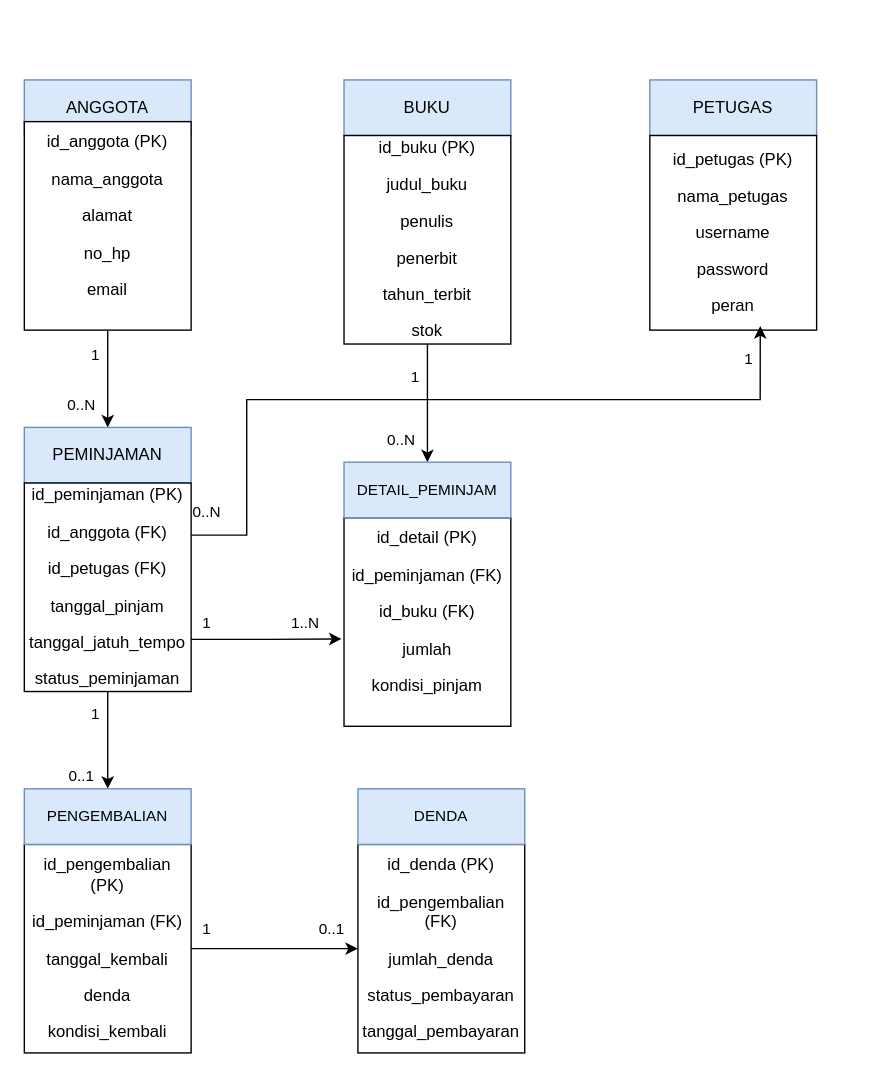
This is laporan/p03_erd_25430123.drawio from tereliee158-sudo/basisdata-25430123, a draw.io file, before an edit. Source tidied: cells renumbered, new cells numbered last; positions are measured from the earlier drawing's top-left corner, leaving out a move shared by most shapes. Both pictures are drawn from the tidied source at 139%, with x=0, y=0 at pixel (24, 79).
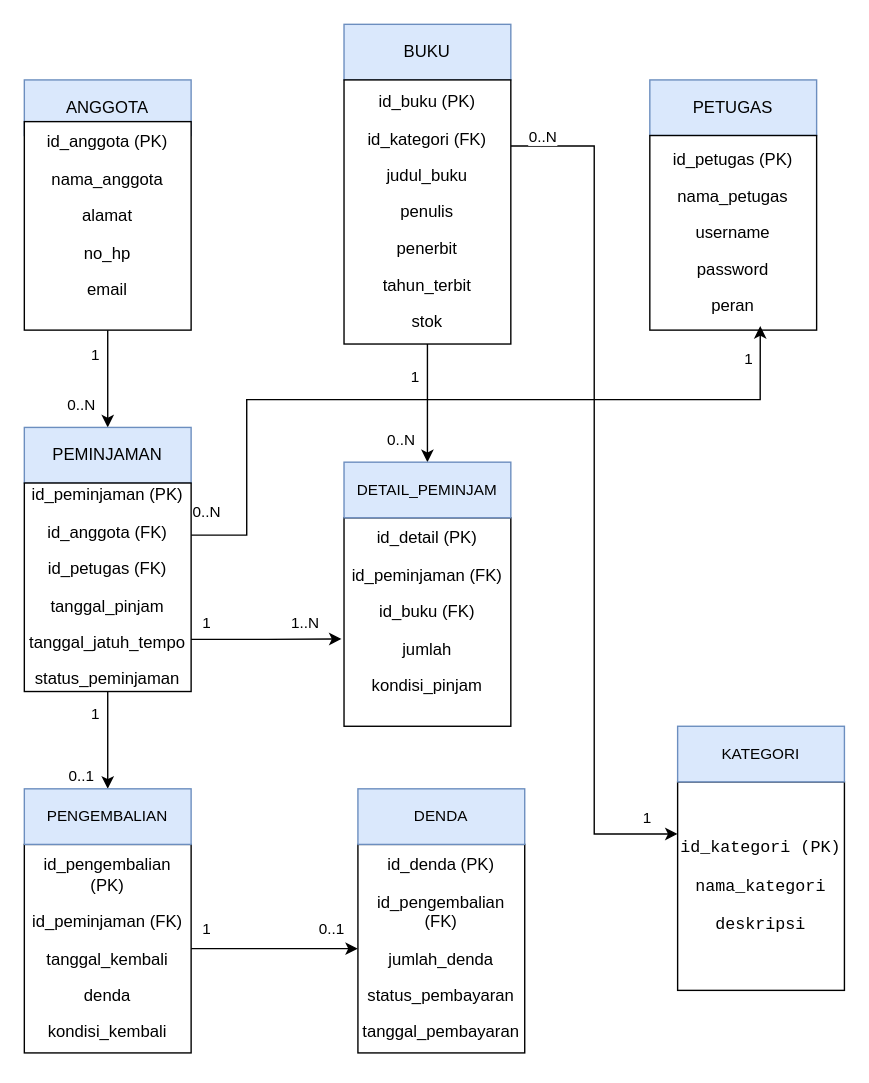
The same diagram, later.

Commit message (it also covers changes not shown here):
p03: perbarui erd dan bukti pengerjaan

Diff of the diagram source:
```diff
@@
     <mxCell id="7" value="BUKU" style="rounded=0;whiteSpace=wrap;html=1;fillColor=#dae8fc;strokeColor=#6c8ebf;" parent="1" vertex="1">
-      <mxGeometry x="230" width="120" height="40" as="geometry" />
+      <mxGeometry x="230" y="-40" width="120" height="40" as="geometry" />
     </mxCell>
@@
+    <mxCell id="34" style="edgeStyle=orthogonalEdgeStyle;rounded=0;jettySize=auto;html=1;exitX=1;exitY=0.25;exitDx=0;exitDy=0;entryX=0;entryY=0.25;entryDx=0;entryDy=0;" parent="1" edge="1" source="11" target="37">
+      <mxGeometry relative="1" as="geometry" />
+    </mxCell>
+    <mxCell id="35" value="0..N" style="edgeLabel;html=1;align=center;verticalAlign=middle;" parent="34" vertex="1">
+      <mxGeometry x="-0.9" y="-3" relative="1" as="geometry">
+        <mxPoint x="-9" y="-10" as="offset" />
+      </mxGeometry>
+    </mxCell>
+    <mxCell id="36" value="1" style="edgeLabel;html=1;align=center;verticalAlign=middle;" parent="34" vertex="1">
+      <mxGeometry x="0.9" y="1" relative="1" as="geometry">
+        <mxPoint x="8" y="-11" as="offset" />
+      </mxGeometry>
+    </mxCell>
-    <mxCell id="11" value="&lt;p&gt;id_buku (PK)&lt;/p&gt;&lt;p&gt;judul_buku&lt;/p&gt;&lt;p&gt;penulis&lt;/p&gt;&lt;p&gt;penerbit&lt;/p&gt;&lt;p&gt;tahun_terbit&lt;/p&gt;&lt;p&gt;stok&lt;/p&gt;" style="rounded=0;whiteSpace=wrap;html=1;" parent="1" vertex="1">
-      <mxGeometry x="230" y="40" width="120" height="150" as="geometry" />
+    <mxCell id="11" value="&lt;p&gt;id_buku (PK)&lt;/p&gt;&lt;p&gt;id_kategori (FK)&lt;/p&gt;&lt;p&gt;judul_buku&lt;/p&gt;&lt;p&gt;penulis&lt;/p&gt;&lt;p&gt;penerbit&lt;/p&gt;&lt;p&gt;tahun_terbit&lt;/p&gt;&lt;p&gt;stok&lt;/p&gt;" style="rounded=0;whiteSpace=wrap;html=1;" parent="1" vertex="1">
+      <mxGeometry x="230" width="120" height="190" as="geometry" />
     </mxCell>
@@
+    <mxCell id="37" value="&lt;p&gt;&lt;code&gt;id_kategori (PK)&lt;/code&gt;&lt;/p&gt;&lt;p&gt;&lt;code&gt;nama_kategori&lt;/code&gt;&lt;/p&gt;&lt;p&gt;&lt;code&gt;deskripsi&lt;/code&gt;&lt;/p&gt;" style="rounded=0;whiteSpace=wrap;html=1;" parent="1" vertex="1">
+      <mxGeometry x="470" y="505" width="120" height="150" as="geometry" />
+    </mxCell>
+    <mxCell id="38" value="&lt;span style=&quot;font-size: 11px;&quot;&gt;KATEGORI&lt;/span&gt;" style="rounded=0;whiteSpace=wrap;html=1;fillColor=#dae8fc;strokeColor=#6c8ebf;" parent="1" vertex="1">
+      <mxGeometry x="470" y="465" width="120" height="40" as="geometry" />
+    </mxCell>
```
